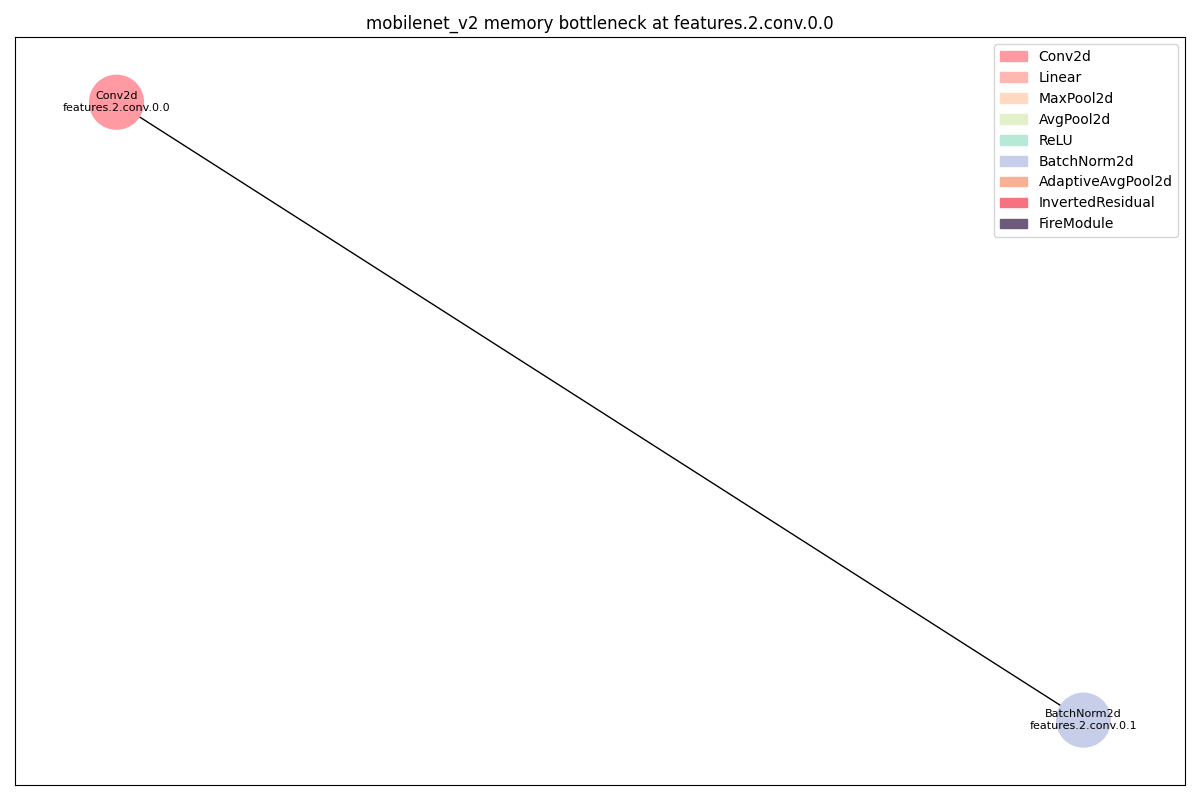
Above: dags/mobilenet_v2_memory_features_2_conv_0_0_op.png in 11222-Meng/DNN_Bottlen_Layer_Analysis (Graphviz), before the change. Its source is kept beside it as dags/mobilenet_v2_memory_features_2_conv_0_0_op.dot.
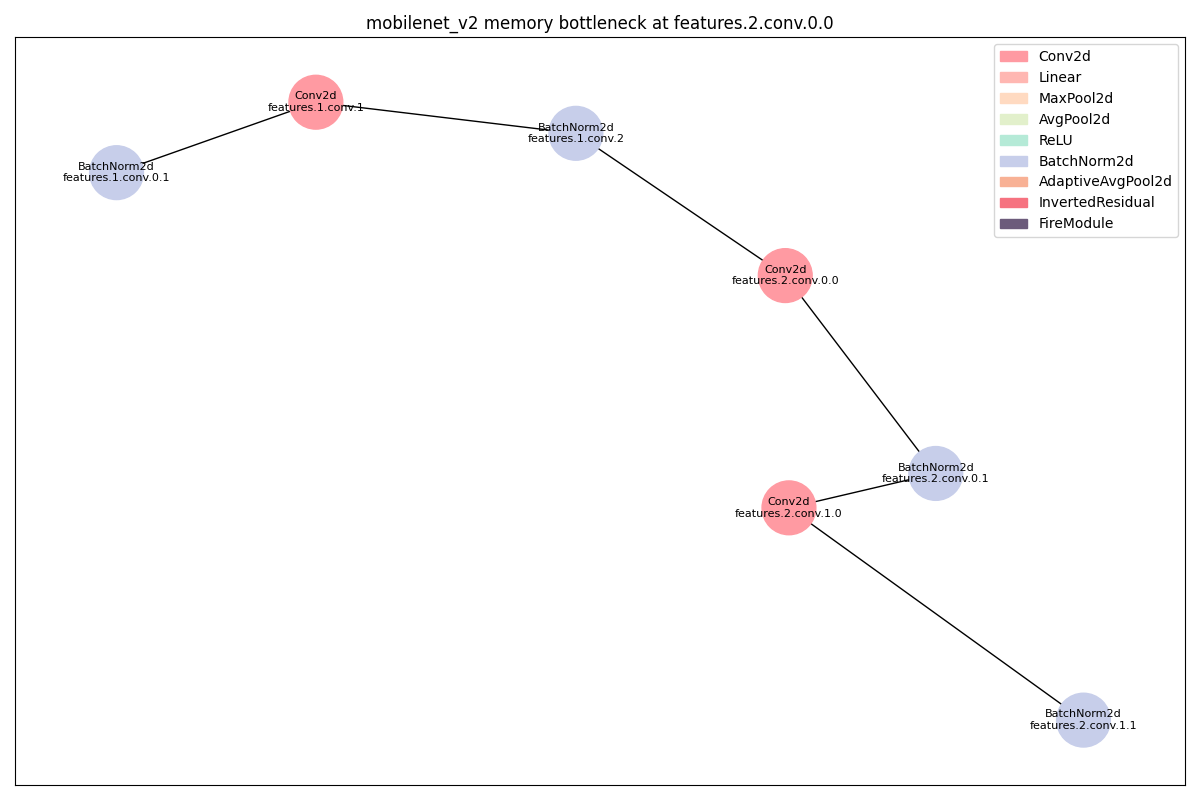
Above is the later version.

Diff of the diagram source:
```diff
@@ -1,11 +1,36 @@
 strict digraph "" {
+	BatchNorm2d_0	[color="#C7CEEA",
+		layer_name="features.1.conv.0.1",
+		params=64,
+		type=BatchNorm2d];
 	Conv2d_0	[color="#FF9AA2",
+		layer_name="features.1.conv.1",
+		params=512,
+		type=Conv2d];
+	BatchNorm2d_0 -> Conv2d_0;
+	BatchNorm2d_1	[color="#C7CEEA",
+		layer_name="features.1.conv.2",
+		params=32,
+		type=BatchNorm2d];
+	Conv2d_0 -> BatchNorm2d_1;
+	Conv2d_1	[color="#FF9AA2",
 		layer_name="features.2.conv.0.0",
 		params=1536,
 		type=Conv2d];
-	BatchNorm2d_0	[color="#C7CEEA",
+	BatchNorm2d_1 -> Conv2d_1;
+	BatchNorm2d_2	[color="#C7CEEA",
 		layer_name="features.2.conv.0.1",
 		params=192,
 		type=BatchNorm2d];
-	Conv2d_0 -> BatchNorm2d_0;
+	Conv2d_1 -> BatchNorm2d_2;
+	Conv2d_2	[color="#FF9AA2",
+		layer_name="features.2.conv.1.0",
+		params=864,
+		type=Conv2d];
+	BatchNorm2d_2 -> Conv2d_2;
+	BatchNorm2d_3	[color="#C7CEEA",
+		layer_name="features.2.conv.1.1",
+		params=192,
+		type=BatchNorm2d];
+	Conv2d_2 -> BatchNorm2d_3;
 }
```
